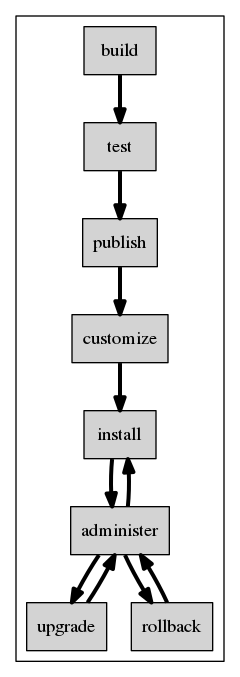
Earlier version of the Graphviz export imgs/ngn-flow.dot.png (fabiand/ovirt-node-development-guide). Its source is kept beside it as imgs/ngn-flow.dot.
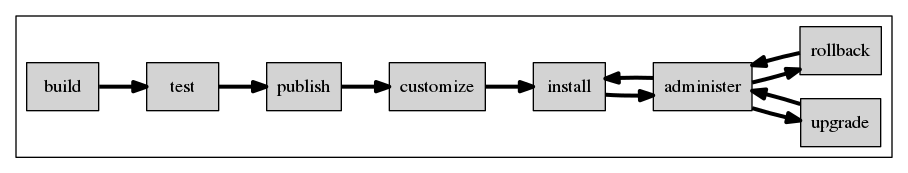
Later version of the same file.

Commit message:
mgs: Align flow different

The edit, as a diff of the source:
```diff
@@ -1,5 +1,5 @@
 digraph G {
-	rankdir=TD
+	rankdir=LR
 	{	node [style=filled shape=box]
 		build test publish customize install upgrade rollback administer
 	}
```
